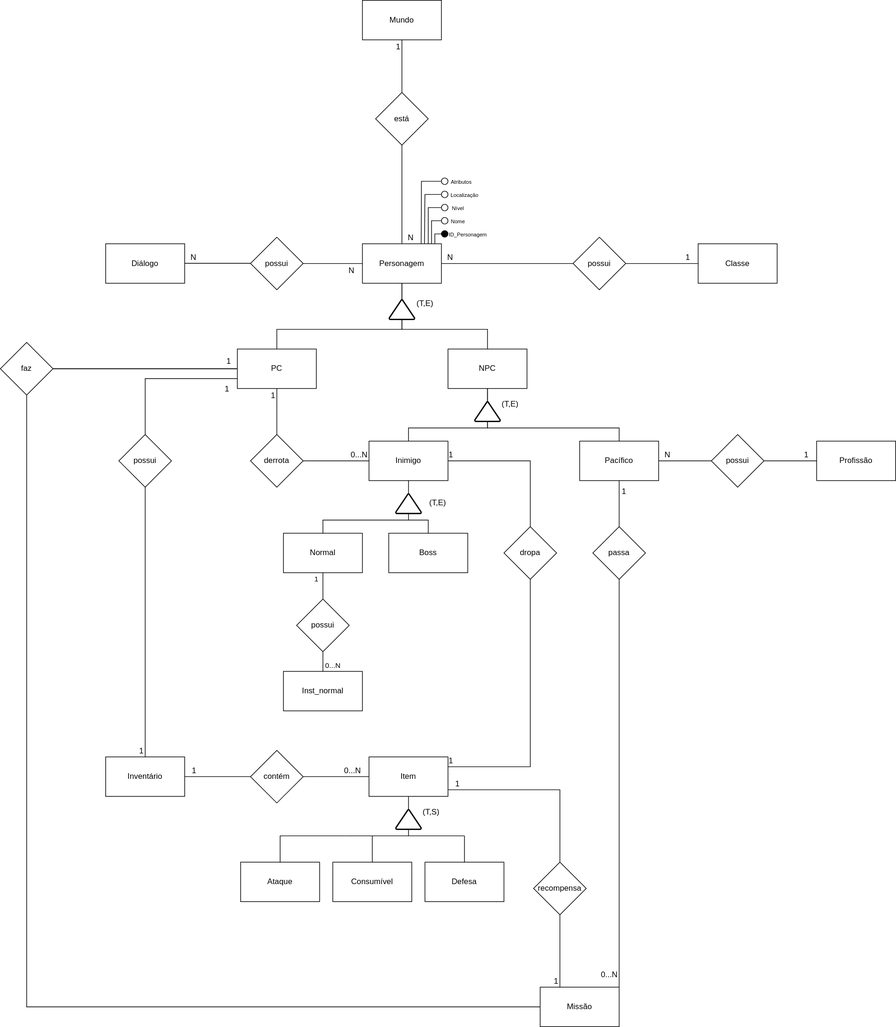
Earlier version of the draw.io export docs/modulo_01/DER.drawio.svg (SBD1/2024.2-D-D-classico). Source tidied: cells renumbered, new cells last; positions are measured from the earlier drawing's top-left corner, leaving out a move shared by most shapes.
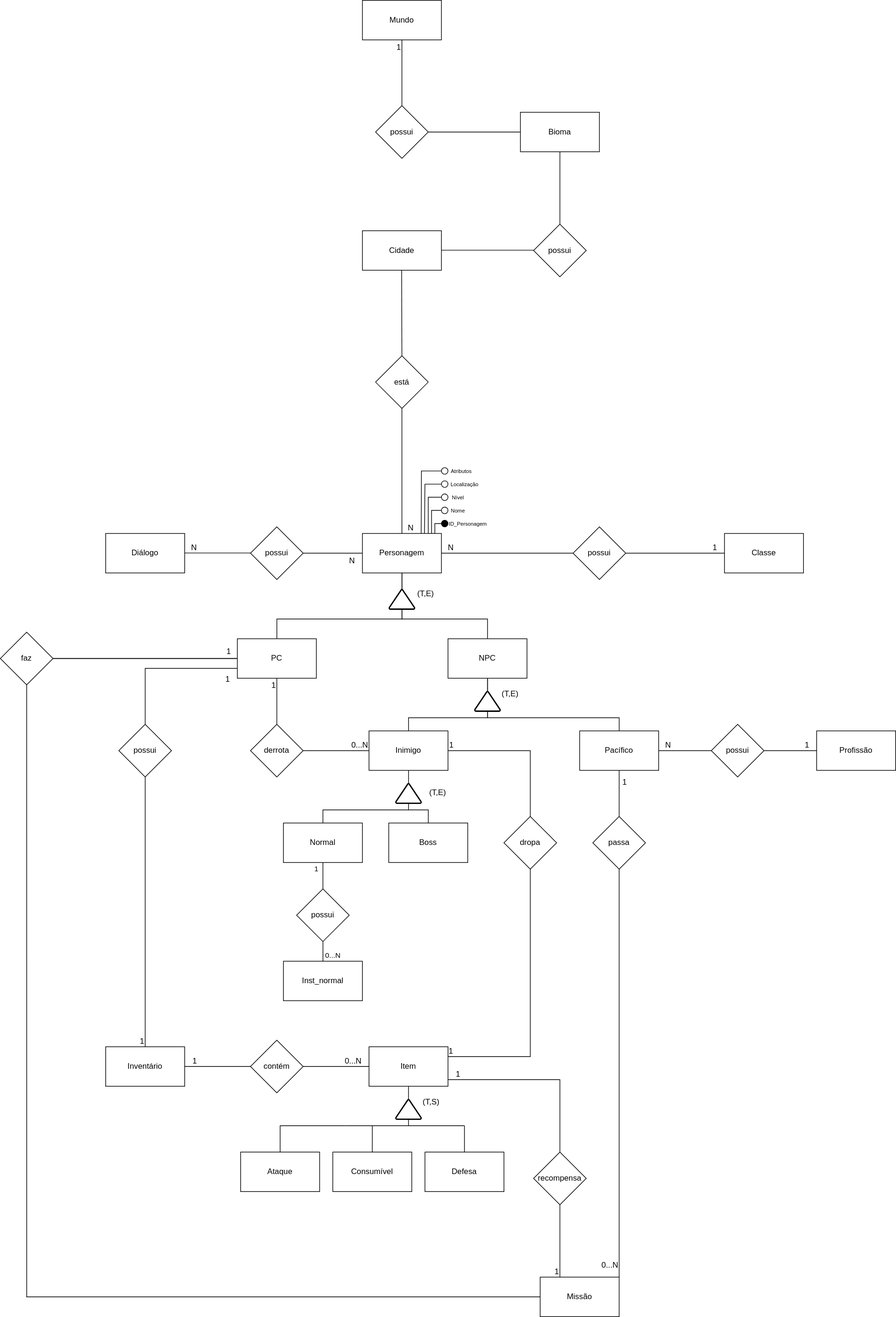
Later version of the same file.

Diff of the diagram source:
```diff
@@ -3,13 +3,13 @@
     <mxCell id="0" />
     <mxCell id="1" parent="0" />
     <mxCell id="2" value="Mundo" style="rounded=0;whiteSpace=wrap;html=1;" parent="1" vertex="1">
-      <mxGeometry x="550" width="120" height="60" as="geometry" />
+      <mxGeometry x="550" y="-440" width="120" height="60" as="geometry" />
     </mxCell>
     <mxCell id="3" style="edgeStyle=orthogonalEdgeStyle;rounded=0;jettySize=auto;html=1;exitX=0.5;exitY=1;exitDx=0;exitDy=0;entryX=0.5;entryY=0;entryDx=0;entryDy=0;endArrow=none;endFill=0;" parent="1" edge="1" source="4" target="7">
       <mxGeometry relative="1" as="geometry" />
     </mxCell>
     <mxCell id="4" value="está" style="rhombus;whiteSpace=wrap;html=1;rounded=0;" parent="1" vertex="1">
-      <mxGeometry x="570" y="140" width="80" height="80" as="geometry" />
+      <mxGeometry x="570" y="100" width="80" height="80" as="geometry" />
     </mxCell>
     <mxCell id="5" style="edgeStyle=orthogonalEdgeStyle;rounded=0;jettySize=auto;html=1;endArrow=none;endFill=0;" parent="1" edge="1" source="7" target="9">
       <mxGeometry relative="1" as="geometry">
@@ -115,7 +115,7 @@
       <mxGeometry x="870" y="360" width="80" height="80" as="geometry" />
     </mxCell>
     <mxCell id="31" value="Classe" style="rounded=0;whiteSpace=wrap;html=1;" parent="1" vertex="1">
-      <mxGeometry x="1060" y="370" width="120" height="60" as="geometry" />
+      <mxGeometry x="1100" y="370" width="120" height="60" as="geometry" />
     </mxCell>
     <mxCell id="32" style="edgeStyle=orthogonalEdgeStyle;rounded=0;jettySize=auto;html=1;exitX=0.5;exitY=1;exitDx=0;exitDy=0;entryX=0;entryY=0.5;entryDx=0;entryDy=0;endArrow=none;endFill=0;" parent="1" edge="1" source="33" target="34">
       <mxGeometry relative="1" as="geometry" />
@@ -139,7 +139,11 @@
       <mxGeometry relative="1" as="geometry" />
     </mxCell>
     <mxCell id="39" style="endArrow=none;html=1;rounded=0;exitX=1;exitY=0.5;exitDx=0;exitDy=0;entryX=0;entryY=0.5;entryDx=0;entryDy=0;" parent="1" edge="1" source="30" target="31">
-      <mxGeometry relative="1" as="geometry" />
+      <mxGeometry relative="1" as="geometry">
+        <Array as="points">
+          <mxPoint x="1070" y="400" />
+        </Array>
+      </mxGeometry>
     </mxCell>
     <mxCell id="40" value="1" style="html=1;whiteSpace=wrap;align=right;verticalAlign=bottom;" parent="39" vertex="1">
       <mxGeometry x="1" relative="1" as="geometry">
@@ -154,7 +158,7 @@
         <mxPoint x="20" as="offset" />
       </mxGeometry>
     </mxCell>
-    <mxCell id="43" style="endArrow=none;html=1;rounded=0;entryX=0.5;entryY=1;entryDx=0;entryDy=0;exitX=0.5;exitY=0;exitDx=0;exitDy=0;" parent="1" edge="1" source="4" target="2">
+    <mxCell id="43" style="endArrow=none;html=1;rounded=0;entryX=0.5;entryY=1;entryDx=0;entryDy=0;exitX=0.5;exitY=0;exitDx=0;exitDy=0;" parent="1" edge="1" source="117" target="2">
       <mxGeometry relative="1" as="geometry" />
     </mxCell>
     <mxCell id="44" value="1" style="html=1;whiteSpace=wrap;align=right;verticalAlign=bottom;" parent="43" vertex="1">
@@ -475,14 +479,43 @@
     <mxCell id="113" style="ellipse;whiteSpace=wrap;html=1;fontSize=13;" parent="1" vertex="1">
       <mxGeometry x="670" y="270" width="10" height="10" as="geometry" />
     </mxCell>
+    <mxCell id="117" value="possui" style="rhombus;whiteSpace=wrap;html=1;rounded=0;" parent="1" vertex="1">
+      <mxGeometry x="570" y="-280" width="80" height="80" as="geometry" />
+    </mxCell>
     <mxCell id="114" value="&lt;font style=&quot;font-size: 8px;&quot;&gt;ID_Personagem&lt;br&gt;&lt;/font&gt;" style="text;html=1;align=center;verticalAlign=middle;strokeColor=none;fillColor=none;" parent="1" vertex="1">
       <mxGeometry x="670" y="340" width="80" height="30" as="geometry" />
     </mxCell>
+    <mxCell id="118" value="Bioma" style="rounded=0;whiteSpace=wrap;html=1;" parent="1" vertex="1">
+      <mxGeometry x="790" y="-270" width="120" height="60" as="geometry" />
+    </mxCell>
     <mxCell id="115" value="&lt;font style=&quot;font-size: 8px;&quot;&gt;Localização&lt;br&gt;&lt;/font&gt;" style="text;html=1;align=center;verticalAlign=middle;strokeColor=none;fillColor=none;" parent="1" vertex="1">
       <mxGeometry x="670" y="280" width="70" height="30" as="geometry" />
     </mxCell>
+    <mxCell id="119" style="endArrow=none;html=1;rounded=0;exitX=1;exitY=0.5;exitDx=0;exitDy=0;entryX=0;entryY=0.5;entryDx=0;entryDy=0;" parent="1" edge="1" source="117" target="118">
+      <mxGeometry relative="1" as="geometry" />
+    </mxCell>
     <mxCell id="116" value="&lt;font style=&quot;font-size: 8px;&quot;&gt;Atributos&lt;br&gt;&lt;/font&gt;" style="text;html=1;align=center;verticalAlign=middle;strokeColor=none;fillColor=none;" parent="1" vertex="1">
       <mxGeometry x="670" y="260" width="60" height="30" as="geometry" />
     </mxCell>
+    <mxCell id="120" value="possui" style="rhombus;whiteSpace=wrap;html=1;rounded=0;" parent="1" vertex="1">
+      <mxGeometry x="810" y="-100" width="80" height="80" as="geometry" />
+    </mxCell>
+    <mxCell id="121" style="endArrow=none;html=1;rounded=0;entryX=0.5;entryY=1;entryDx=0;entryDy=0;" parent="1" edge="1" source="120" target="118">
+      <mxGeometry relative="1" as="geometry" />
+    </mxCell>
+    <mxCell id="122" value="Cidade" style="rounded=0;whiteSpace=wrap;html=1;" parent="1" vertex="1">
+      <mxGeometry x="550" y="-90" width="120" height="60" as="geometry" />
+    </mxCell>
+    <mxCell id="123" style="endArrow=none;html=1;rounded=0;entryX=0.5;entryY=1;entryDx=0;entryDy=0;exitX=0.5;exitY=0;exitDx=0;exitDy=0;" parent="1" edge="1" source="4">
+      <mxGeometry relative="1" as="geometry">
+        <mxPoint x="609.6" y="-30" as="targetPoint" />
+      </mxGeometry>
+    </mxCell>
+    <mxCell id="124" style="endArrow=none;html=1;rounded=0;exitX=1;exitY=0.5;exitDx=0;exitDy=0;entryX=0;entryY=0.5;entryDx=0;entryDy=0;" parent="1" edge="1">
+      <mxGeometry relative="1" as="geometry">
+        <mxPoint x="670" y="-60.4" as="sourcePoint" />
+        <mxPoint x="810" y="-60.4" as="targetPoint" />
+      </mxGeometry>
+    </mxCell>
   </root>
 </mxGraphModel>
```
